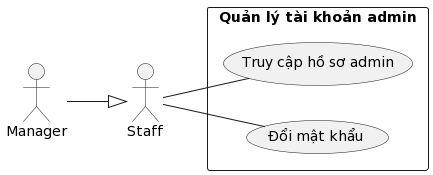
The PlantUML diagram Lab1/Lab 1.2 Diagram/Use case/FileIMG/7. UsecaseTaiKhoanAdmin.png in Griselda4774/EAS-EmploymentAssistanceSystem, before a commit. Its diagram source:
```plantuml
@startuml
left to right direction
actor nhanVien as "Staff"
actor quanLy as "Manager"
quanLy --^ nhanVien
rectangle "Quản lý tài khoản admin"{
    usecase truyCapHoSoCaNhanAdmin as "Truy cập hồ sơ admin"
    usecase doiMatKhau as "Đổi mật khẩu"
}
nhanVien -- truyCapHoSoCaNhanAdmin
nhanVien -- doiMatKhau
@enduml
```
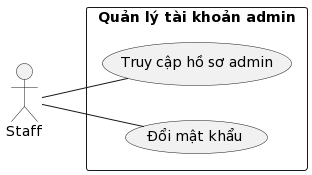
Above is the later version.

Change to the diagram source:
```diff
@@ -1,8 +1,7 @@
 @startuml
 left to right direction
 actor nhanVien as "Staff"
-actor quanLy as "Manager"
-quanLy --^ nhanVien
+
 rectangle "Quản lý tài khoản admin"{
     usecase truyCapHoSoCaNhanAdmin as "Truy cập hồ sơ admin"
     usecase doiMatKhau as "Đổi mật khẩu"
```
